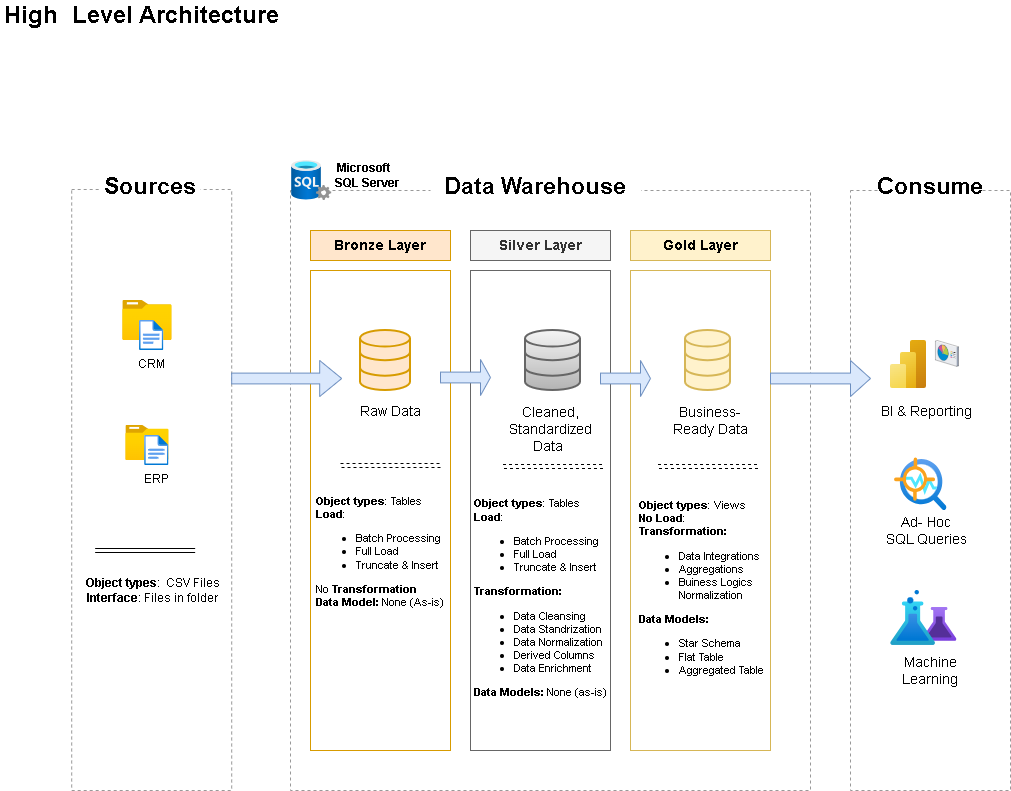
Above: docs/Diagr_DW_Proj_LM_v1.png in lali2105/Sql-DataWarehouse-Project-LM (draw.io), before the change. Source tidied: cells renumbered, new cells last; positions are measured from the earlier drawing's top-left corner, leaving out a move shared by most shapes. Its diagram source:
```xml
<mxGraphModel>
  <root>
    <mxCell id="0" />
    <mxCell id="1" parent="0" />
    <mxCell id="2" style="rounded=0;whiteSpace=wrap;html=1;fillColor=none;dashed=1;strokeColor=#999999;" parent="1" vertex="1">
      <mxGeometry x="850" y="190" width="160" height="600" as="geometry" />
    </mxCell>
    <mxCell id="3" style="rounded=0;whiteSpace=wrap;html=1;fillColor=none;dashed=1;strokeColor=#999999;" parent="1" vertex="1">
      <mxGeometry x="290" y="190" width="520" height="600" as="geometry" />
    </mxCell>
    <mxCell id="4" value="&lt;font&gt;&lt;b&gt;High&amp;nbsp; Level Architecture&amp;nbsp;&lt;/b&gt;&lt;/font&gt;" style="text;html=1;whiteSpace=wrap;strokeColor=none;fillColor=none;align=center;verticalAlign=middle;rounded=0;fontSize=24;" parent="1" vertex="1">
      <mxGeometry width="290" height="30" as="geometry" />
    </mxCell>
    <mxCell id="5" style="rounded=0;whiteSpace=wrap;html=1;fillColor=none;dashed=1;strokeColor=#999999;" parent="1" vertex="1">
      <mxGeometry x="71.2" y="189" width="160" height="601" as="geometry" />
    </mxCell>
    <mxCell id="6" value="Sources" style="rounded=0;whiteSpace=wrap;html=1;strokeColor=none;fillColor=default;dashed=1;fontSize=23;fontStyle=1;" parent="1" vertex="1">
      <mxGeometry x="100" y="170" width="100" height="30" as="geometry" />
    </mxCell>
    <mxCell id="7" value="Data Warehouse" style="rounded=0;whiteSpace=wrap;html=1;dashed=1;fontSize=23;strokeColor=#FFFFFF;fontStyle=1;" parent="1" vertex="1">
      <mxGeometry x="430" y="170" width="210" height="30" as="geometry" />
    </mxCell>
    <mxCell id="8" value="Consume" style="rounded=0;whiteSpace=wrap;html=1;strokeColor=#FFFFFF;fillColor=default;dashed=1;fontSize=23;fontStyle=1;" parent="1" vertex="1">
      <mxGeometry x="880" y="170" width="100" height="30" as="geometry" />
    </mxCell>
    <mxCell id="9" value="Bronze Layer" style="rounded=0;whiteSpace=wrap;html=1;fontSize=14;fontStyle=1;align=center;fillColor=#ffe6cc;strokeColor=#d79b00;" parent="1" vertex="1">
      <mxGeometry x="310" y="230" width="140" height="30" as="geometry" />
    </mxCell>
    <mxCell id="10" style="rounded=0;whiteSpace=wrap;html=1;fontSize=14;fontStyle=1;align=center;fillColor=none;strokeColor=#d79b00;" parent="1" vertex="1">
      <mxGeometry x="310" y="270" width="140" height="480" as="geometry" />
    </mxCell>
    <mxCell id="11" value="Silver Layer" style="rounded=0;whiteSpace=wrap;html=1;fontSize=14;fontStyle=1;align=center;fillColor=#f5f5f5;strokeColor=#666666;fontColor=#333333;" parent="1" vertex="1">
      <mxGeometry x="470" y="230" width="140" height="30" as="geometry" />
    </mxCell>
    <mxCell id="12" style="rounded=0;whiteSpace=wrap;html=1;fontSize=14;fontStyle=1;align=center;fillColor=none;strokeColor=#666666;fontColor=#333333;" parent="1" vertex="1">
      <mxGeometry x="470" y="270" width="140" height="480" as="geometry" />
    </mxCell>
    <mxCell id="13" value="Gold Layer" style="rounded=0;whiteSpace=wrap;html=1;fontSize=14;fontStyle=1;align=center;fillColor=#fff2cc;strokeColor=#d6b656;" parent="1" vertex="1">
      <mxGeometry x="630" y="230" width="140" height="30" as="geometry" />
    </mxCell>
    <mxCell id="14" style="rounded=0;whiteSpace=wrap;html=1;fontSize=14;fontStyle=1;align=center;fillColor=none;strokeColor=#d6b656;" parent="1" vertex="1">
      <mxGeometry x="630" y="270" width="140" height="480" as="geometry" />
    </mxCell>
    <mxCell id="15" style="image;html=1;align=center;fontSize=12;image=img/lib/azure2/general/Folder_Blank.svg;" parent="1" vertex="1">
      <mxGeometry x="122.3" y="300" width="49.3" height="40" as="geometry" />
    </mxCell>
    <mxCell id="16" value="CRM" style="image;html=1;align=center;fontSize=12;image=img/lib/azure2/general/File.svg;" parent="1" vertex="1">
      <mxGeometry x="139" y="320" width="24.4" height="30" as="geometry" />
    </mxCell>
    <mxCell id="17" style="image;html=1;align=center;fontSize=12;image=img/lib/azure2/general/Folder_Blank.svg;" parent="1" vertex="1">
      <mxGeometry x="125.4" y="425" width="43.1" height="35" as="geometry" />
    </mxCell>
    <mxCell id="18" value="ERP" style="image;html=1;align=center;fontSize=12;image=img/lib/azure2/general/File.svg;" parent="1" vertex="1">
      <mxGeometry x="144.1" y="435" width="24.4" height="30" as="geometry" />
    </mxCell>
    <mxCell id="19" style="shape=link;html=1;rounded=0;" parent="1" edge="1">
      <mxGeometry relative="1" as="geometry">
        <mxPoint x="94.6" y="550" as="sourcePoint" />
        <mxPoint x="194.6" y="550" as="targetPoint" />
      </mxGeometry>
    </mxCell>
    <mxCell id="20" value="&lt;b&gt;Object types&lt;/b&gt;:&amp;nbsp; CSV Files&lt;div&gt;&lt;b&gt;Interface&lt;/b&gt;: Files in folder&lt;/div&gt;" style="text;html=1;whiteSpace=wrap;strokeColor=none;fillColor=none;align=center;verticalAlign=middle;rounded=0;" parent="1" vertex="1">
      <mxGeometry x="74.6" y="560" width="155.4" height="60" as="geometry" />
    </mxCell>
    <mxCell id="21" style="html=1;verticalLabelPosition=bottom;align=center;labelBackgroundColor=#ffffff;verticalAlign=top;strokeWidth=2;strokeColor=#d79b00;shadow=0;dashed=0;shape=mxgraph.ios7.icons.data;fillColor=#ffe6cc;" parent="1" vertex="1">
      <mxGeometry x="360" y="330" width="50" height="60" as="geometry" />
    </mxCell>
    <mxCell id="22" style="html=1;verticalLabelPosition=bottom;align=center;labelBackgroundColor=#ffffff;verticalAlign=top;strokeWidth=2;strokeColor=#666666;shadow=0;dashed=0;shape=mxgraph.ios7.icons.data;fillColor=#f5f5f5;gradientColor=#b3b3b3;" parent="1" vertex="1">
      <mxGeometry x="525" y="330" width="55" height="60" as="geometry" />
    </mxCell>
    <mxCell id="23" style="html=1;verticalLabelPosition=bottom;align=center;labelBackgroundColor=#ffffff;verticalAlign=top;strokeWidth=2;strokeColor=#d6b656;shadow=0;dashed=0;shape=mxgraph.ios7.icons.data;fillColor=#fff2cc;" parent="1" vertex="1">
      <mxGeometry x="685" y="330" width="45" height="60" as="geometry" />
    </mxCell>
    <mxCell id="24" style="shape=singleArrow;whiteSpace=wrap;html=1;fillColor=#dae8fc;strokeColor=#6c8ebf;" parent="1" vertex="1">
      <mxGeometry x="231.2" y="360" width="110" height="36" as="geometry" />
    </mxCell>
    <mxCell id="25" style="shape=singleArrow;whiteSpace=wrap;html=1;fillColor=#dae8fc;strokeColor=#6c8ebf;" parent="1" vertex="1">
      <mxGeometry x="770" y="360" width="100" height="36" as="geometry" />
    </mxCell>
    <mxCell id="26" style="shape=singleArrow;whiteSpace=wrap;html=1;fillColor=#dae8fc;strokeColor=#6c8ebf;" parent="1" vertex="1">
      <mxGeometry x="600" y="360" width="50" height="36" as="geometry" />
    </mxCell>
    <mxCell id="27" style="shape=singleArrow;whiteSpace=wrap;html=1;fillColor=#dae8fc;strokeColor=#6c8ebf;" parent="1" vertex="1">
      <mxGeometry x="440" y="359" width="50" height="36" as="geometry" />
    </mxCell>
    <mxCell id="28" value="Raw Data" style="text;html=1;whiteSpace=wrap;strokeColor=none;fillColor=none;align=center;verticalAlign=middle;rounded=0;fontSize=14;" parent="1" vertex="1">
      <mxGeometry x="355" y="396" width="70" height="30" as="geometry" />
    </mxCell>
    <mxCell id="29" value="Cleaned, Standardized Data&amp;nbsp;" style="text;html=1;whiteSpace=wrap;strokeColor=none;fillColor=none;align=center;verticalAlign=middle;rounded=0;fontSize=14;" parent="1" vertex="1">
      <mxGeometry x="490" y="414" width="120" height="30" as="geometry" />
    </mxCell>
    <mxCell id="30" value="Business-Ready Data" style="text;html=1;whiteSpace=wrap;strokeColor=none;fillColor=none;align=center;verticalAlign=middle;rounded=0;fontSize=14;" parent="1" vertex="1">
      <mxGeometry x="660" y="400" width="100" height="40" as="geometry" />
    </mxCell>
    <mxCell id="31" value="&lt;div style=&quot;text-align: left;&quot;&gt;&lt;b style=&quot;background-color: transparent; color: light-dark(rgb(0, 0, 0), rgb(255, 255, 255));&quot;&gt;Object types&lt;/b&gt;&lt;span style=&quot;background-color: transparent; color: light-dark(rgb(0, 0, 0), rgb(255, 255, 255));&quot;&gt;: Tables&lt;/span&gt;&lt;/div&gt;&lt;div style=&quot;text-align: left;&quot;&gt;&lt;span style=&quot;background-color: transparent; color: light-dark(rgb(0, 0, 0), rgb(255, 255, 255));&quot;&gt;&lt;b&gt;Load&lt;/b&gt;:&amp;nbsp;&lt;/span&gt;&lt;/div&gt;&lt;div style=&quot;text-align: left;&quot;&gt;&lt;ul&gt;&lt;li&gt;&lt;span style=&quot;background-color: transparent; color: light-dark(rgb(0, 0, 0), rgb(255, 255, 255));&quot;&gt;Batch Processing&lt;/span&gt;&lt;/li&gt;&lt;li&gt;&lt;span style=&quot;background-color: transparent; color: light-dark(rgb(0, 0, 0), rgb(255, 255, 255));&quot;&gt;Full Load&lt;/span&gt;&lt;/li&gt;&lt;li&gt;&lt;span style=&quot;background-color: transparent; color: light-dark(rgb(0, 0, 0), rgb(255, 255, 255));&quot;&gt;Truncate &amp;amp; Insert&lt;/span&gt;&lt;/li&gt;&lt;/ul&gt;&lt;div&gt;No &lt;b&gt;Transformation&lt;/b&gt;&lt;/div&gt;&lt;div&gt;&lt;b&gt;Data Model: &lt;/b&gt;None&amp;nbsp;(As-is)&lt;/div&gt;&lt;/div&gt;&lt;div style=&quot;text-align: left;&quot;&gt;&lt;span style=&quot;background-color: transparent; color: light-dark(rgb(0, 0, 0), rgb(255, 255, 255));&quot;&gt;&lt;br&gt;&lt;/span&gt;&lt;/div&gt;" style="text;html=1;whiteSpace=wrap;strokeColor=none;fillColor=none;align=center;verticalAlign=middle;rounded=0;fontSize=11;" parent="1" vertex="1">
      <mxGeometry x="310" y="480" width="140" height="155" as="geometry" />
    </mxCell>
    <mxCell id="32" style="shape=link;html=1;rounded=0;dashed=1;" parent="1" edge="1">
      <mxGeometry relative="1" as="geometry">
        <mxPoint x="340" y="465" as="sourcePoint" />
        <mxPoint x="440" y="465" as="targetPoint" />
      </mxGeometry>
    </mxCell>
    <mxCell id="33" style="shape=link;html=1;rounded=0;dashed=1;" parent="1" edge="1">
      <mxGeometry relative="1" as="geometry">
        <mxPoint x="502.5" y="466" as="sourcePoint" />
        <mxPoint x="602.5" y="466" as="targetPoint" />
      </mxGeometry>
    </mxCell>
    <mxCell id="34" style="shape=link;html=1;rounded=0;dashed=1;" parent="1" edge="1">
      <mxGeometry relative="1" as="geometry">
        <mxPoint x="657.5" y="466" as="sourcePoint" />
        <mxPoint x="757.5" y="466" as="targetPoint" />
      </mxGeometry>
    </mxCell>
    <mxCell id="35" value="&lt;div style=&quot;text-align: left;&quot;&gt;&lt;b style=&quot;background-color: transparent; color: light-dark(rgb(0, 0, 0), rgb(255, 255, 255));&quot;&gt;Object types&lt;/b&gt;&lt;span style=&quot;background-color: transparent; color: light-dark(rgb(0, 0, 0), rgb(255, 255, 255));&quot;&gt;: Tables&lt;/span&gt;&lt;/div&gt;&lt;div style=&quot;text-align: left;&quot;&gt;&lt;span style=&quot;background-color: transparent; color: light-dark(rgb(0, 0, 0), rgb(255, 255, 255));&quot;&gt;&lt;b&gt;Load&lt;/b&gt;:&amp;nbsp;&lt;/span&gt;&lt;/div&gt;&lt;div style=&quot;text-align: left;&quot;&gt;&lt;ul&gt;&lt;li&gt;&lt;span style=&quot;background-color: transparent; color: light-dark(rgb(0, 0, 0), rgb(255, 255, 255));&quot;&gt;Batch Processing&lt;/span&gt;&lt;/li&gt;&lt;li&gt;&lt;span style=&quot;background-color: transparent; color: light-dark(rgb(0, 0, 0), rgb(255, 255, 255));&quot;&gt;Full Load&lt;/span&gt;&lt;/li&gt;&lt;li&gt;&lt;span style=&quot;background-color: transparent; color: light-dark(rgb(0, 0, 0), rgb(255, 255, 255));&quot;&gt;Truncate &amp;amp; Insert&lt;/span&gt;&lt;/li&gt;&lt;/ul&gt;&lt;div&gt;&lt;b&gt;Transformation:&lt;/b&gt;&lt;/div&gt;&lt;div&gt;&lt;ul&gt;&lt;li&gt;Data Cleansing&lt;/li&gt;&lt;li&gt;Data Standrization&lt;/li&gt;&lt;li&gt;Data Normalization&lt;/li&gt;&lt;li&gt;Derived Columns&lt;/li&gt;&lt;li&gt;Data Enrichment&lt;/li&gt;&lt;/ul&gt;&lt;/div&gt;&lt;div&gt;&lt;b&gt;Data Models:&lt;/b&gt; None (as-is)&lt;/div&gt;&lt;/div&gt;" style="text;html=1;whiteSpace=wrap;strokeColor=none;fillColor=none;align=center;verticalAlign=middle;rounded=0;fontSize=11;" parent="1" vertex="1">
      <mxGeometry x="470" y="470" width="140" height="256" as="geometry" />
    </mxCell>
    <mxCell id="36" value="&lt;div style=&quot;text-align: left;&quot;&gt;&lt;b style=&quot;background-color: transparent; color: light-dark(rgb(0, 0, 0), rgb(255, 255, 255));&quot;&gt;Object types&lt;/b&gt;&lt;span style=&quot;background-color: transparent; color: light-dark(rgb(0, 0, 0), rgb(255, 255, 255));&quot;&gt;: Views&lt;/span&gt;&lt;/div&gt;&lt;div style=&quot;text-align: left;&quot;&gt;&lt;span style=&quot;background-color: transparent; color: light-dark(rgb(0, 0, 0), rgb(255, 255, 255));&quot;&gt;&lt;b&gt;No Load&lt;/b&gt;:&lt;/span&gt;&lt;/div&gt;&lt;div style=&quot;text-align: left;&quot;&gt;&lt;div&gt;&lt;b&gt;Transformation:&lt;/b&gt;&lt;/div&gt;&lt;div&gt;&lt;ul&gt;&lt;li&gt;Data Integrations&lt;/li&gt;&lt;li&gt;&lt;span style=&quot;background-color: transparent; color: light-dark(rgb(0, 0, 0), rgb(255, 255, 255));&quot;&gt;Aggregations&lt;/span&gt;&lt;/li&gt;&lt;li&gt;Buiness Logics Normalization&lt;/li&gt;&lt;/ul&gt;&lt;/div&gt;&lt;div&gt;&lt;b&gt;Data Models:&lt;/b&gt;&amp;nbsp;&lt;/div&gt;&lt;div&gt;&lt;ul&gt;&lt;li&gt;Star Schema&lt;/li&gt;&lt;li&gt;Flat Table&lt;/li&gt;&lt;li&gt;Aggregated Table&lt;/li&gt;&lt;/ul&gt;&lt;/div&gt;&lt;/div&gt;" style="text;html=1;whiteSpace=wrap;strokeColor=none;fillColor=none;align=center;verticalAlign=middle;rounded=0;fontSize=11;" parent="1" vertex="1">
      <mxGeometry x="637.5" y="465" width="140" height="256" as="geometry" />
    </mxCell>
    <mxCell id="37" style="image;html=1;align=center;fontSize=12;image=img/lib/azure2/analytics/Power_BI_Embedded.svg;" parent="1" vertex="1">
      <mxGeometry x="890" y="340" width="36" height="48" as="geometry" />
    </mxCell>
    <mxCell id="38" style="image;html=1;align=center;fontSize=12;image=img/lib/azure2/ai_machine_learning/Azure_Experimentation_Studio.svg;" parent="1" vertex="1">
      <mxGeometry x="890" y="590" width="66.7" height="54.9" as="geometry" />
    </mxCell>
    <mxCell id="39" style="image;html=1;align=center;fontSize=12;image=img/lib/azure2/ai_machine_learning/Anomaly_Detector.svg;" parent="1" vertex="1">
      <mxGeometry x="894" y="457.5" width="52.5" height="52.5" as="geometry" />
    </mxCell>
    <mxCell id="40" style="verticalLabelPosition=bottom;sketch=0;html=1;verticalAlign=top;strokeColor=none;align=center;shape=mxgraph.citrix.reporting;" parent="1" vertex="1">
      <mxGeometry x="934.9" y="340" width="23.1" height="25.9" as="geometry" />
    </mxCell>
    <mxCell id="41" value="BI &amp;amp; Reporting" style="text;html=1;whiteSpace=wrap;strokeColor=none;fillColor=none;align=center;verticalAlign=middle;rounded=0;fontSize=14;" parent="1" vertex="1">
      <mxGeometry x="876.4" y="391" width="100" height="40" as="geometry" />
    </mxCell>
    <mxCell id="42" value="Ad- Hoc&lt;div&gt;SQL Queries&lt;/div&gt;" style="text;html=1;whiteSpace=wrap;strokeColor=none;fillColor=none;align=center;verticalAlign=middle;rounded=0;fontSize=14;" parent="1" vertex="1">
      <mxGeometry x="876.4" y="510" width="100" height="40" as="geometry" />
    </mxCell>
    <mxCell id="43" value="Machine Learning" style="text;html=1;whiteSpace=wrap;strokeColor=none;fillColor=none;align=center;verticalAlign=middle;rounded=0;fontSize=14;" parent="1" vertex="1">
      <mxGeometry x="880" y="650" width="100" height="40" as="geometry" />
    </mxCell>
    <mxCell id="44" style="image;html=1;align=center;fontSize=12;image=img/lib/azure2/databases/SQL_Server.svg;" parent="1" vertex="1">
      <mxGeometry x="291.2" y="160" width="40" height="40" as="geometry" />
    </mxCell>
    <mxCell id="45" value="&lt;b&gt;Microsoft&amp;nbsp;&lt;/b&gt;&lt;div&gt;&lt;b&gt;&amp;nbsp;SQL Server&lt;/b&gt;&lt;/div&gt;" style="text;html=1;whiteSpace=wrap;strokeColor=none;fillColor=none;align=center;verticalAlign=middle;rounded=0;" parent="1" vertex="1">
      <mxGeometry x="321.2" y="160" width="88.8" height="30" as="geometry" />
    </mxCell>
  </root>
</mxGraphModel>
```
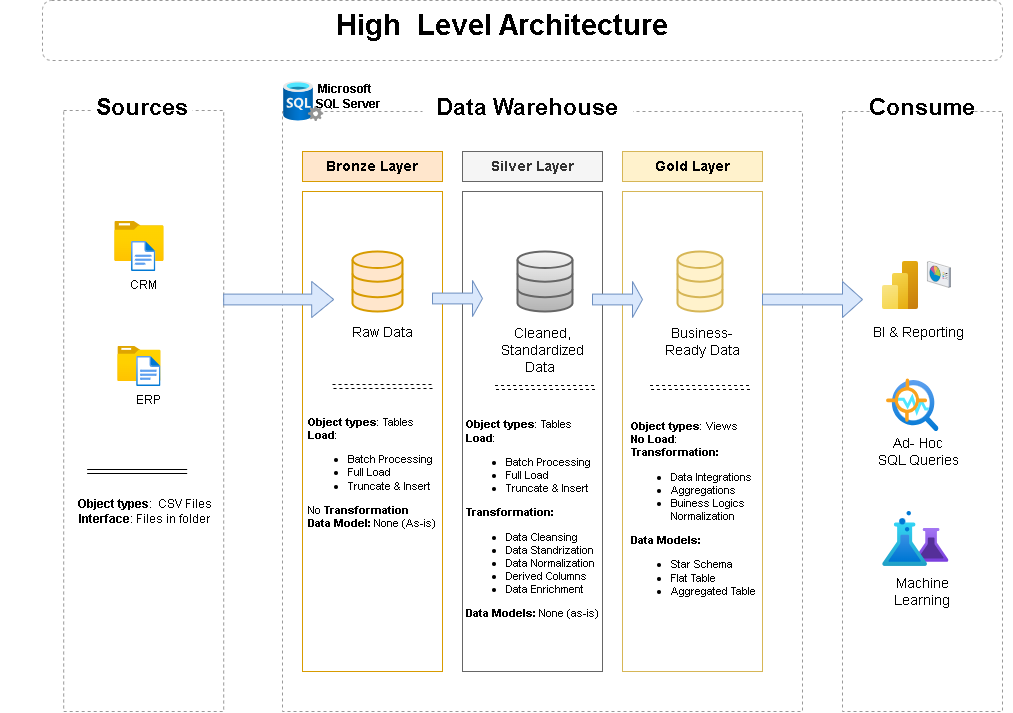
The same diagram one commit later.

Change to the diagram source:
```diff
@@ -2,14 +2,17 @@
   <root>
     <mxCell id="0" />
     <mxCell id="1" parent="0" />
+    <mxCell id="46" style="rounded=1;whiteSpace=wrap;html=1;fillColor=none;strokeColor=#999999;dashed=1;fontSize=14;" parent="1" vertex="1">
+      <mxGeometry x="50" y="79" width="960" height="60" as="geometry" />
+    </mxCell>
     <mxCell id="2" style="rounded=0;whiteSpace=wrap;html=1;fillColor=none;dashed=1;strokeColor=#999999;" parent="1" vertex="1">
       <mxGeometry x="850" y="190" width="160" height="600" as="geometry" />
     </mxCell>
     <mxCell id="3" style="rounded=0;whiteSpace=wrap;html=1;fillColor=none;dashed=1;strokeColor=#999999;" parent="1" vertex="1">
       <mxGeometry x="290" y="190" width="520" height="600" as="geometry" />
     </mxCell>
-    <mxCell id="4" value="&lt;font&gt;&lt;b&gt;High&amp;nbsp; Level Architecture&amp;nbsp;&lt;/b&gt;&lt;/font&gt;" style="text;html=1;whiteSpace=wrap;strokeColor=none;fillColor=none;align=center;verticalAlign=middle;rounded=0;fontSize=24;" parent="1" vertex="1">
-      <mxGeometry width="290" height="30" as="geometry" />
+    <mxCell id="4" value="&lt;font&gt;&lt;b&gt;High&amp;nbsp; Level Architecture&amp;nbsp;&lt;/b&gt;&lt;/font&gt;" style="text;html=1;whiteSpace=wrap;strokeColor=none;fillColor=none;align=center;verticalAlign=middle;rounded=0;fontSize=29;" parent="1" vertex="1">
+      <mxGeometry x="7.3" y="89" width="1012.7" height="30" as="geometry" />
     </mxCell>
     <mxCell id="5" style="rounded=0;whiteSpace=wrap;html=1;fillColor=none;dashed=1;strokeColor=#999999;" parent="1" vertex="1">
       <mxGeometry x="71.2" y="189" width="160" height="601" as="geometry" />
@@ -144,7 +147,7 @@
       <mxGeometry x="291.2" y="160" width="40" height="40" as="geometry" />
     </mxCell>
     <mxCell id="45" value="&lt;b&gt;Microsoft&amp;nbsp;&lt;/b&gt;&lt;div&gt;&lt;b&gt;&amp;nbsp;SQL Server&lt;/b&gt;&lt;/div&gt;" style="text;html=1;whiteSpace=wrap;strokeColor=none;fillColor=none;align=center;verticalAlign=middle;rounded=0;" parent="1" vertex="1">
-      <mxGeometry x="321.2" y="160" width="88.8" height="30" as="geometry" />
+      <mxGeometry x="310" y="160" width="88.8" height="30" as="geometry" />
     </mxCell>
   </root>
 </mxGraphModel>
```
